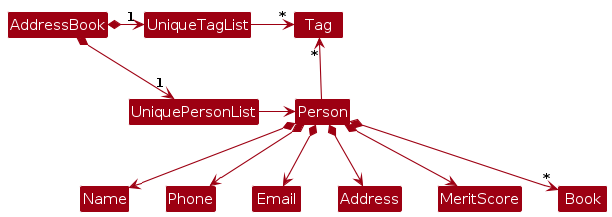
The PlantUML diagram diagrams/BetterModelClassDiagram.png in meowwtama/tp, before a commit. Its source is kept beside it as diagrams/BetterModelClassDiagram.puml.
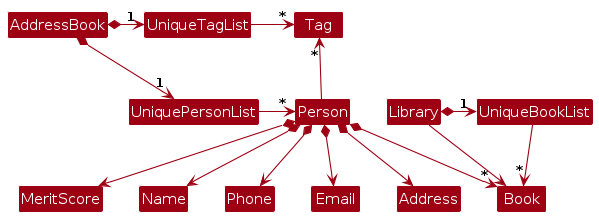
After the commit.

Diff of the diagram source:
```diff
@@ -3,6 +3,8 @@
 skinparam arrowThickness 1.1
 skinparam arrowColor MODEL_COLOR
 skinparam classBackgroundColor MODEL_COLOR
+
+Class I #FFFFFF
 
 AddressBook *-right-> "1" UniquePersonList
 AddressBook *-right-> "1" UniqueTagList
@@ -10,7 +12,11 @@
 UniqueTagList -[hidden]down- UniquePersonList
 
 UniqueTagList -right-> "*" Tag
-UniquePersonList -right-> Person
+UniquePersonList -right-> "*" Person
+Library -down-> Book
+
+Library *-right-> "1" UniqueBookList
+UniqueBookList -down-> "*" Book
 
 Person -up-> "*" Tag
 
@@ -21,5 +27,7 @@
 
 Person *--> MeritScore
 Person *--> "*" Book
+MeritScore -[hidden]right-> Book
+Person -[hidden]right-> UniqueBookList
 
 @enduml
```
